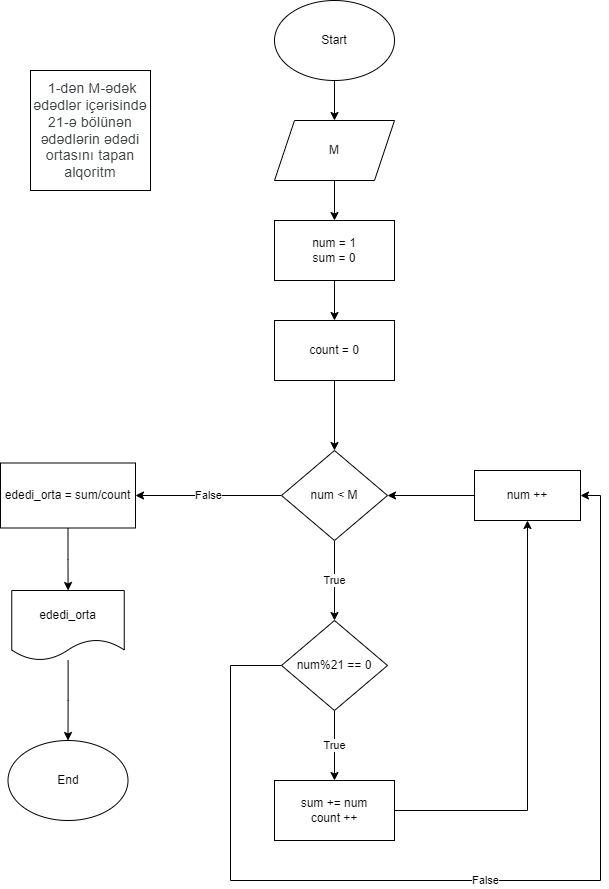
VDadashov/Tasks keeps this draw.io diagram as 23.1.2023/Task6.png. Above is the earlier version. Source tidied: cells renumbered, new cells last; positions are measured from the earlier drawing's top-left corner, leaving out a move shared by most shapes.
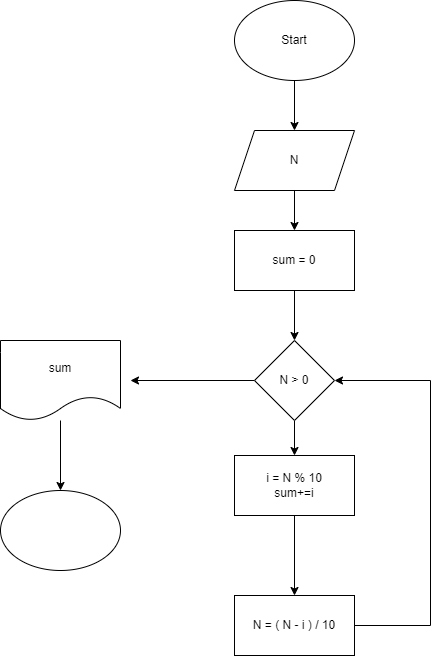
The same file after the commit.

The edit, as a diff of the source:
```diff
@@ -2,84 +2,60 @@
   <root>
     <mxCell id="0" />
     <mxCell id="1" parent="0" />
-    <mxCell id="2" value="&lt;span style=&quot;color: rgb(60, 64, 67); font-family: Roboto, Arial, sans-serif; font-size: 14px; letter-spacing: 0.2px; text-align: start;&quot;&gt;&amp;nbsp;1-dən M-ədək ədədlər içərisində 21-ə bölünən ədədlərin ədədi ortasını tapan alqoritm&lt;/span&gt;" style="whiteSpace=wrap;html=1;" parent="1" vertex="1">
-      <mxGeometry x="30" y="70" width="120" height="120" as="geometry" />
-    </mxCell>
-    <mxCell id="3" style="edgeStyle=orthogonalEdgeStyle;rounded=0;jettySize=auto;html=1;" parent="1" edge="1" source="4" target="6">
-      <mxGeometry relative="1" as="geometry" />
-    </mxCell>
+    <mxCell id="26" style="edgeStyle=orthogonalEdgeStyle;rounded=0;jettySize=auto;html=1;" parent="1" edge="1" source="4" target="28">
+      <mxGeometry relative="1" as="geometry" />
+    </mxCell>
     <mxCell id="4" value="Start" style="ellipse;whiteSpace=wrap;html=1;" parent="1" vertex="1">
       <mxGeometry x="274" width="120" height="80" as="geometry" />
     </mxCell>
-    <mxCell id="5" style="edgeStyle=orthogonalEdgeStyle;rounded=0;jettySize=auto;html=1;" parent="1" edge="1" source="6" target="8">
-      <mxGeometry relative="1" as="geometry" />
-    </mxCell>
-    <mxCell id="6" value="M" style="shape=parallelogram;perimeter=parallelogramPerimeter;whiteSpace=wrap;html=1;fixedSize=1;" parent="1" vertex="1">
-      <mxGeometry x="274" y="120" width="120" height="60" as="geometry" />
-    </mxCell>
-    <mxCell id="7" style="edgeStyle=orthogonalEdgeStyle;rounded=0;jettySize=auto;html=1;" parent="1" edge="1" source="8" target="10">
-      <mxGeometry relative="1" as="geometry" />
-    </mxCell>
-    <mxCell id="8" value="num = 1&lt;br&gt;sum = 0" style="whiteSpace=wrap;html=1;" parent="1" vertex="1">
-      <mxGeometry x="274" y="220" width="120" height="60" as="geometry" />
-    </mxCell>
-    <mxCell id="9" style="edgeStyle=orthogonalEdgeStyle;rounded=0;jettySize=auto;html=1;" parent="1" edge="1" source="10" target="13">
-      <mxGeometry relative="1" as="geometry" />
-    </mxCell>
-    <mxCell id="10" value="count = 0" style="whiteSpace=wrap;html=1;" parent="1" vertex="1">
-      <mxGeometry x="274" y="320" width="120" height="60" as="geometry" />
-    </mxCell>
-    <mxCell id="11" value="True" style="edgeStyle=orthogonalEdgeStyle;rounded=0;jettySize=auto;html=1;" parent="1" edge="1" source="13" target="16">
-      <mxGeometry relative="1" as="geometry" />
-    </mxCell>
-    <mxCell id="12" value="False" style="edgeStyle=orthogonalEdgeStyle;rounded=0;jettySize=auto;html=1;" parent="1" edge="1" source="13" target="22">
-      <mxGeometry relative="1" as="geometry" />
-    </mxCell>
-    <mxCell id="13" value="num &amp;lt; M" style="rhombus;whiteSpace=wrap;html=1;" parent="1" vertex="1">
-      <mxGeometry x="281" y="450" width="106" height="90" as="geometry" />
-    </mxCell>
-    <mxCell id="14" value="True" style="edgeStyle=orthogonalEdgeStyle;rounded=0;jettySize=auto;html=1;" parent="1" edge="1" source="16" target="18">
-      <mxGeometry relative="1" as="geometry" />
-    </mxCell>
-    <mxCell id="15" value="False" style="edgeStyle=orthogonalEdgeStyle;rounded=0;jettySize=auto;html=1;entryX=1;entryY=0.5;entryDx=0;entryDy=0;" parent="1" edge="1" source="16" target="20">
-      <mxGeometry relative="1" as="geometry">
-        <Array as="points">
-          <mxPoint x="230" y="665" />
-          <mxPoint x="230" y="880" />
-          <mxPoint x="600" y="880" />
-          <mxPoint x="600" y="495" />
-        </Array>
-      </mxGeometry>
-    </mxCell>
-    <mxCell id="16" value="num%21 == 0" style="rhombus;whiteSpace=wrap;html=1;" parent="1" vertex="1">
-      <mxGeometry x="281" y="620" width="106" height="90" as="geometry" />
-    </mxCell>
-    <mxCell id="17" style="edgeStyle=orthogonalEdgeStyle;rounded=0;jettySize=auto;html=1;" parent="1" edge="1" source="18" target="20">
-      <mxGeometry relative="1" as="geometry" />
-    </mxCell>
-    <mxCell id="18" value="sum += num&lt;br&gt;count ++" style="whiteSpace=wrap;html=1;" parent="1" vertex="1">
-      <mxGeometry x="274" y="780" width="120" height="60" as="geometry" />
-    </mxCell>
-    <mxCell id="19" style="edgeStyle=orthogonalEdgeStyle;rounded=0;jettySize=auto;html=1;" parent="1" edge="1" source="20" target="13">
-      <mxGeometry relative="1" as="geometry" />
-    </mxCell>
-    <mxCell id="20" value="num ++" style="whiteSpace=wrap;html=1;" parent="1" vertex="1">
-      <mxGeometry x="474" y="470" width="106" height="50" as="geometry" />
-    </mxCell>
-    <mxCell id="21" style="edgeStyle=orthogonalEdgeStyle;rounded=0;jettySize=auto;html=1;" parent="1" edge="1" source="22" target="24">
-      <mxGeometry relative="1" as="geometry" />
-    </mxCell>
-    <mxCell id="22" value="ededi_orta = sum/count" style="whiteSpace=wrap;html=1;" parent="1" vertex="1">
-      <mxGeometry y="462.5" width="135" height="65" as="geometry" />
-    </mxCell>
-    <mxCell id="23" style="edgeStyle=orthogonalEdgeStyle;rounded=0;jettySize=auto;html=1;" parent="1" edge="1" source="24" target="25">
-      <mxGeometry relative="1" as="geometry" />
-    </mxCell>
-    <mxCell id="24" value="ededi_orta" style="shape=document;whiteSpace=wrap;html=1;boundedLbl=1;" parent="1" vertex="1">
-      <mxGeometry x="11.2" y="590" width="112.5" height="70" as="geometry" />
-    </mxCell>
-    <mxCell id="25" value="End" style="ellipse;whiteSpace=wrap;html=1;" parent="1" vertex="1">
-      <mxGeometry x="7.5" y="740" width="120" height="80" as="geometry" />
-    </mxCell>
+    <mxCell id="27" style="edgeStyle=orthogonalEdgeStyle;rounded=0;jettySize=auto;html=1;" parent="1" edge="1" source="28" target="30">
+      <mxGeometry relative="1" as="geometry" />
+    </mxCell>
+    <mxCell id="28" value="N" style="shape=parallelogram;perimeter=parallelogramPerimeter;whiteSpace=wrap;html=1;fixedSize=1;" parent="1" vertex="1">
+      <mxGeometry x="274" y="130" width="120" height="60" as="geometry" />
+    </mxCell>
+    <mxCell id="29" style="edgeStyle=orthogonalEdgeStyle;rounded=0;jettySize=auto;html=1;" parent="1" edge="1" source="30" target="33">
+      <mxGeometry relative="1" as="geometry" />
+    </mxCell>
+    <mxCell id="30" value="sum = 0" style="whiteSpace=wrap;html=1;" parent="1" vertex="1">
+      <mxGeometry x="274" y="230" width="120" height="60" as="geometry" />
+    </mxCell>
+    <mxCell id="31" style="edgeStyle=orthogonalEdgeStyle;rounded=0;jettySize=auto;html=1;" parent="1" edge="1" source="33" target="35">
+      <mxGeometry relative="1" as="geometry" />
+    </mxCell>
+    <mxCell id="32" style="edgeStyle=orthogonalEdgeStyle;rounded=0;jettySize=auto;html=1;" parent="1" edge="1" source="33">
+      <mxGeometry relative="1" as="geometry">
+        <mxPoint x="170" y="380" as="targetPoint" />
+      </mxGeometry>
+    </mxCell>
+    <mxCell id="33" value="N &amp;gt; 0" style="rhombus;whiteSpace=wrap;html=1;" parent="1" vertex="1">
+      <mxGeometry x="294" y="340" width="80" height="80" as="geometry" />
+    </mxCell>
+    <mxCell id="34" style="edgeStyle=orthogonalEdgeStyle;rounded=0;jettySize=auto;html=1;" parent="1" edge="1" source="35" target="37">
+      <mxGeometry relative="1" as="geometry" />
+    </mxCell>
+    <mxCell id="35" value="i = N % 10&lt;br&gt;sum+=i" style="whiteSpace=wrap;html=1;" parent="1" vertex="1">
+      <mxGeometry x="274" y="455" width="120" height="60" as="geometry" />
+    </mxCell>
+    <mxCell id="36" style="edgeStyle=orthogonalEdgeStyle;rounded=0;jettySize=auto;html=1;entryX=1;entryY=0.5;entryDx=0;entryDy=0;" parent="1" edge="1" source="37" target="33">
+      <mxGeometry relative="1" as="geometry">
+        <Array as="points">
+          <mxPoint x="470" y="625" />
+          <mxPoint x="470" y="380" />
+        </Array>
+      </mxGeometry>
+    </mxCell>
+    <mxCell id="37" value="N = ( N - i ) / 10" style="whiteSpace=wrap;html=1;" parent="1" vertex="1">
+      <mxGeometry x="274" y="595" width="120" height="60" as="geometry" />
+    </mxCell>
+    <mxCell id="38" style="edgeStyle=orthogonalEdgeStyle;rounded=0;jettySize=auto;html=1;" parent="1" edge="1" source="39" target="40">
+      <mxGeometry relative="1" as="geometry" />
+    </mxCell>
+    <mxCell id="39" value="sum" style="shape=document;whiteSpace=wrap;html=1;boundedLbl=1;" parent="1" vertex="1">
+      <mxGeometry x="40" y="340" width="120" height="80" as="geometry" />
+    </mxCell>
+    <mxCell id="40" style="ellipse;whiteSpace=wrap;html=1;" parent="1" vertex="1">
+      <mxGeometry x="40" y="490" width="120" height="80" as="geometry" />
+    </mxCell>
   </root>
 </mxGraphModel>
```
